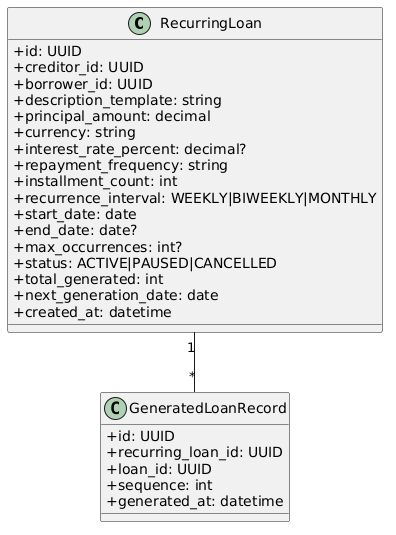
QuinntyneBrown/LendQ keeps this PlantUML diagram as docs/detailed-designs/diagrams/rendered/class_recurring_loan.png. Above is the earlier version.
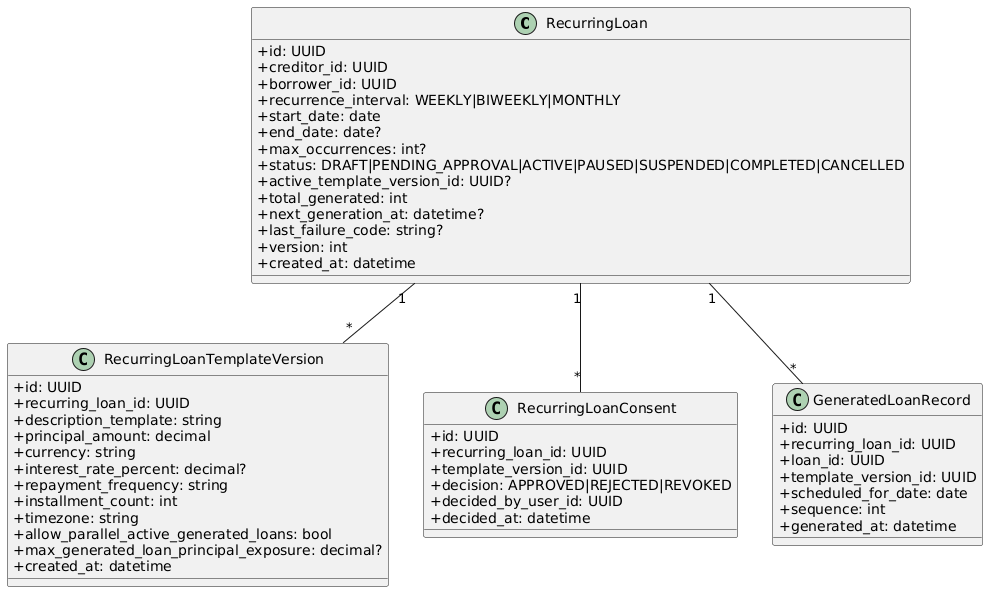
After the commit.

Change to the diagram source:
```diff
@@ -4,27 +4,50 @@
   +id: UUID
   +creditor_id: UUID
   +borrower_id: UUID
+  +recurrence_interval: WEEKLY|BIWEEKLY|MONTHLY
+  +start_date: date
+  +end_date: date?
+  +max_occurrences: int?
+  +status: DRAFT|PENDING_APPROVAL|ACTIVE|PAUSED|SUSPENDED|COMPLETED|CANCELLED
+  +active_template_version_id: UUID?
+  +total_generated: int
+  +next_generation_at: datetime?
+  +last_failure_code: string?
+  +version: int
+  +created_at: datetime
+}
+class RecurringLoanTemplateVersion {
+  +id: UUID
+  +recurring_loan_id: UUID
   +description_template: string
   +principal_amount: decimal
   +currency: string
   +interest_rate_percent: decimal?
   +repayment_frequency: string
   +installment_count: int
-  +recurrence_interval: WEEKLY|BIWEEKLY|MONTHLY
-  +start_date: date
-  +end_date: date?
-  +max_occurrences: int?
-  +status: ACTIVE|PAUSED|CANCELLED
-  +total_generated: int
-  +next_generation_date: date
+  +timezone: string
+  +allow_parallel_active_generated_loans: bool
+  +max_generated_loan_principal_exposure: decimal?
   +created_at: datetime
+}
+class RecurringLoanConsent {
+  +id: UUID
+  +recurring_loan_id: UUID
+  +template_version_id: UUID
+  +decision: APPROVED|REJECTED|REVOKED
+  +decided_by_user_id: UUID
+  +decided_at: datetime
 }
 class GeneratedLoanRecord {
   +id: UUID
   +recurring_loan_id: UUID
   +loan_id: UUID
+  +template_version_id: UUID
+  +scheduled_for_date: date
   +sequence: int
   +generated_at: datetime
 }
+RecurringLoan "1" -- "*" RecurringLoanTemplateVersion
+RecurringLoan "1" -- "*" RecurringLoanConsent
 RecurringLoan "1" -- "*" GeneratedLoanRecord
 @enduml
```
